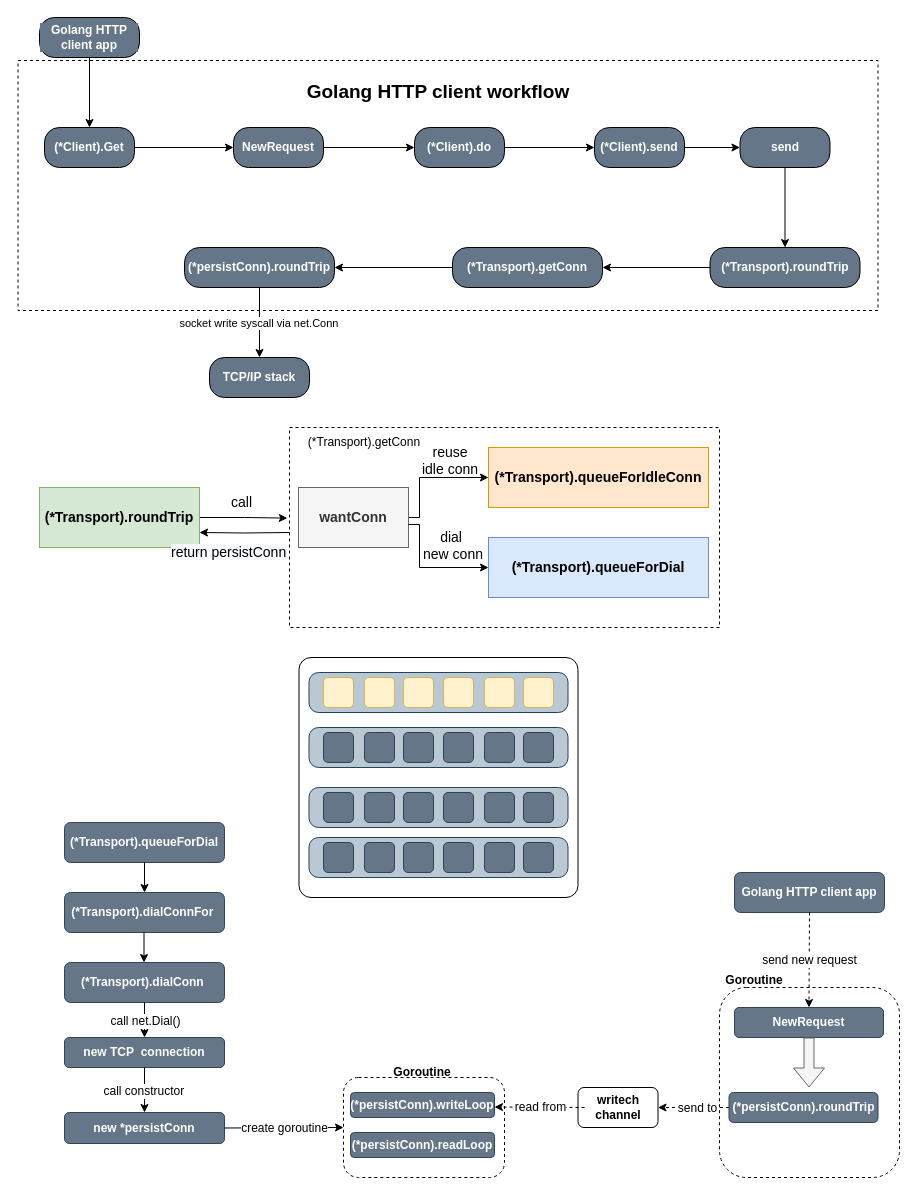
Earlier version of the draw.io diagram golang-http1-1-flow.drawio (baoqger/drawing.io). Source tidied: cells renumbered, new cells numbered last; positions are measured from the earlier drawing's top-left corner, leaving out a move shared by most shapes. Both pictures are drawn from the tidied source at 100%, with x=0, y=0 at pixel (18, 17).
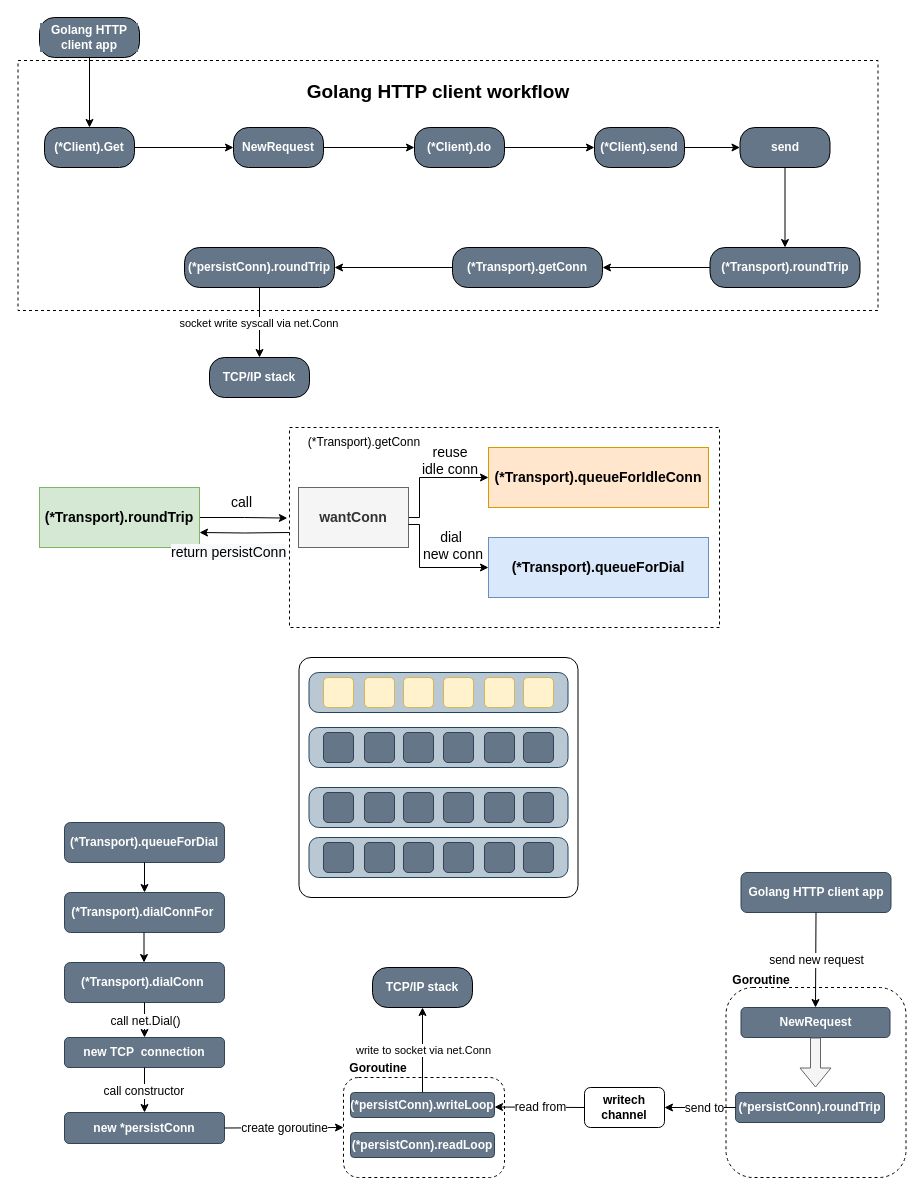
The same page after the edit.

Unchanged cells that the change refers to:
```xml
<mxCell id="51" value="(*persistConn).writeLoop" style="rounded=1;whiteSpace=wrap;html=1;strokeColor=#314354;fillColor=#647687;fontColor=#ffffff;fontStyle=1;" parent="1" vertex="1">
  <mxGeometry x="332" y="1075" width="144" height="25" as="geometry" />
</mxCell>
```

Diff of the diagram source:
```diff
@@
     <mxCell id="53" value="Goroutine" style="text;html=1;strokeColor=none;fillColor=none;align=center;verticalAlign=middle;whiteSpace=wrap;rounded=0;dashed=1;fontColor=default;fontStyle=1;" parent="1" vertex="1">
-      <mxGeometry x="374" y="1040" width="60" height="30" as="geometry" />
+      <mxGeometry x="330" y="1036" width="60" height="30" as="geometry" />
     </mxCell>
     <mxCell id="54" value="(*persistConn).roundTrip" style="rounded=1;whiteSpace=wrap;html=1;strokeColor=#314354;fillColor=#647687;fontColor=#ffffff;fontStyle=1;" parent="1" vertex="1">
-      <mxGeometry x="710.5" y="1075" width="149" height="30" as="geometry" />
+      <mxGeometry x="717" y="1075" width="149" height="30" as="geometry" />
     </mxCell>
     <mxCell id="55" value="writech&lt;br&gt;channel" style="rounded=1;whiteSpace=wrap;html=1;fontColor=default;strokeColor=default;fillColor=none;fontStyle=1;" parent="1" vertex="1">
-      <mxGeometry x="559.5" y="1070" width="80" height="40" as="geometry" />
+      <mxGeometry x="566" y="1070" width="80" height="40" as="geometry" />
     </mxCell>
@@
     <mxCell id="58" value="NewRequest" style="rounded=1;whiteSpace=wrap;html=1;strokeColor=#314354;fillColor=#647687;fontColor=#ffffff;fontStyle=1;" parent="1" vertex="1">
-      <mxGeometry x="716" y="990" width="149" height="30" as="geometry" />
+      <mxGeometry x="722.5" y="990" width="149" height="30" as="geometry" />
     </mxCell>
     <mxCell id="59" style="shape=flexArrow;endArrow=classic;html=1;rounded=0;labelBackgroundColor=default;fontColor=default;strokeColor=#666666;strokeWidth=1;exitX=0.5;exitY=1;exitDx=0;exitDy=0;fillColor=#f5f5f5;entryX=0.5;entryY=0;entryDx=0;entryDy=0;" parent="1" edge="1" source="58">
       <mxGeometry relative="1" as="geometry">
-        <mxPoint x="790.5" y="1070" as="targetPoint" />
+        <mxPoint x="797" y="1070" as="targetPoint" />
       </mxGeometry>
     </mxCell>
@@
     <mxCell id="61" style="whiteSpace=wrap;html=1;rounded=1;fontStyle=1;strokeColor=default;fillColor=none;fontColor=default;dashed=1;" parent="1" vertex="1">
-      <mxGeometry x="701" y="970" width="180" height="190" as="geometry" />
+      <mxGeometry x="707.5" y="970" width="180" height="190" as="geometry" />
     </mxCell>
     <mxCell id="62" value="Goroutine" style="text;html=1;strokeColor=none;fillColor=none;align=center;verticalAlign=middle;whiteSpace=wrap;rounded=0;dashed=1;fontColor=default;fontStyle=1;" parent="1" vertex="1">
-      <mxGeometry x="706" y="948" width="60" height="30" as="geometry" />
+      <mxGeometry x="712.5" y="948" width="60" height="30" as="geometry" />
     </mxCell>
@@
     <mxCell id="81" value="Golang HTTP client app" style="rounded=1;whiteSpace=wrap;html=1;fillColor=#647687;strokeColor=#314354;fontStyle=1;fontColor=#ffffff;" parent="1" vertex="1">
-      <mxGeometry x="716" y="855" width="150" height="40" as="geometry" />
+      <mxGeometry x="722.5" y="855" width="150" height="40" as="geometry" />
     </mxCell>
-    <mxCell id="82" style="endArrow=classic;html=1;rounded=0;fontSize=19;exitX=0.5;exitY=1;exitDx=0;exitDy=0;dashed=1;entryX=0.5;entryY=0;entryDx=0;entryDy=0;" parent="1" edge="1" source="81" target="58">
+    <mxCell id="82" style="endArrow=classic;html=1;rounded=0;fontSize=19;exitX=0.5;exitY=1;exitDx=0;exitDy=0;entryX=0.5;entryY=0;entryDx=0;entryDy=0;" parent="1" edge="1" source="81" target="58">
       <mxGeometry relative="1" as="geometry" />
     </mxCell>
@@
-    <mxCell id="84" style="endArrow=classic;html=1;rounded=0;dashed=1;fontSize=12;exitX=0;exitY=0.5;exitDx=0;exitDy=0;entryX=1;entryY=0.5;entryDx=0;entryDy=0;" parent="1" edge="1" source="54" target="55">
+    <mxCell id="84" style="endArrow=classic;html=1;rounded=0;fontSize=12;exitX=0;exitY=0.5;exitDx=0;exitDy=0;entryX=1;entryY=0.5;entryDx=0;entryDy=0;" parent="1" edge="1" source="54" target="55">
       <mxGeometry relative="1" as="geometry" />
     </mxCell>
@@
-    <mxCell id="86" style="endArrow=classic;html=1;rounded=0;dashed=1;fontSize=12;entryX=1;entryY=0.5;entryDx=0;entryDy=0;" parent="1" edge="1">
+    <mxCell id="86" style="endArrow=classic;html=1;rounded=0;fontSize=12;entryX=1;entryY=0.5;entryDx=0;entryDy=0;" parent="1" edge="1">
       <mxGeometry relative="1" as="geometry">
         <mxPoint x="566" y="1090" as="sourcePoint" />
         <mxPoint x="476" y="1089.5" as="targetPoint" />
       </mxGeometry>
     </mxCell>
@@
+    <mxCell id="97" style="endArrow=classic;html=1;rounded=0;exitX=0.5;exitY=0;exitDx=0;exitDy=0;" parent="1" edge="1" source="51">
+      <mxGeometry relative="1" as="geometry">
+        <mxPoint x="404" y="990" as="targetPoint" />
+      </mxGeometry>
+    </mxCell>
+    <mxCell id="98" value="write to socket via net.Conn" style="edgeLabel;html=1;align=center;verticalAlign=middle;" parent="97" vertex="1">
+      <mxGeometry relative="1" as="geometry" />
+    </mxCell>
+    <mxCell id="99" value="TCP/IP stack" style="rounded=1;whiteSpace=wrap;html=1;labelBackgroundColor=#647687;fontColor=#FFFFFF;fillColor=#647687;align=center;verticalAlign=middle;arcSize=37;fontStyle=1;" parent="1" vertex="1">
+      <mxGeometry x="354" y="950" width="100" height="40" as="geometry" />
+    </mxCell>
```
